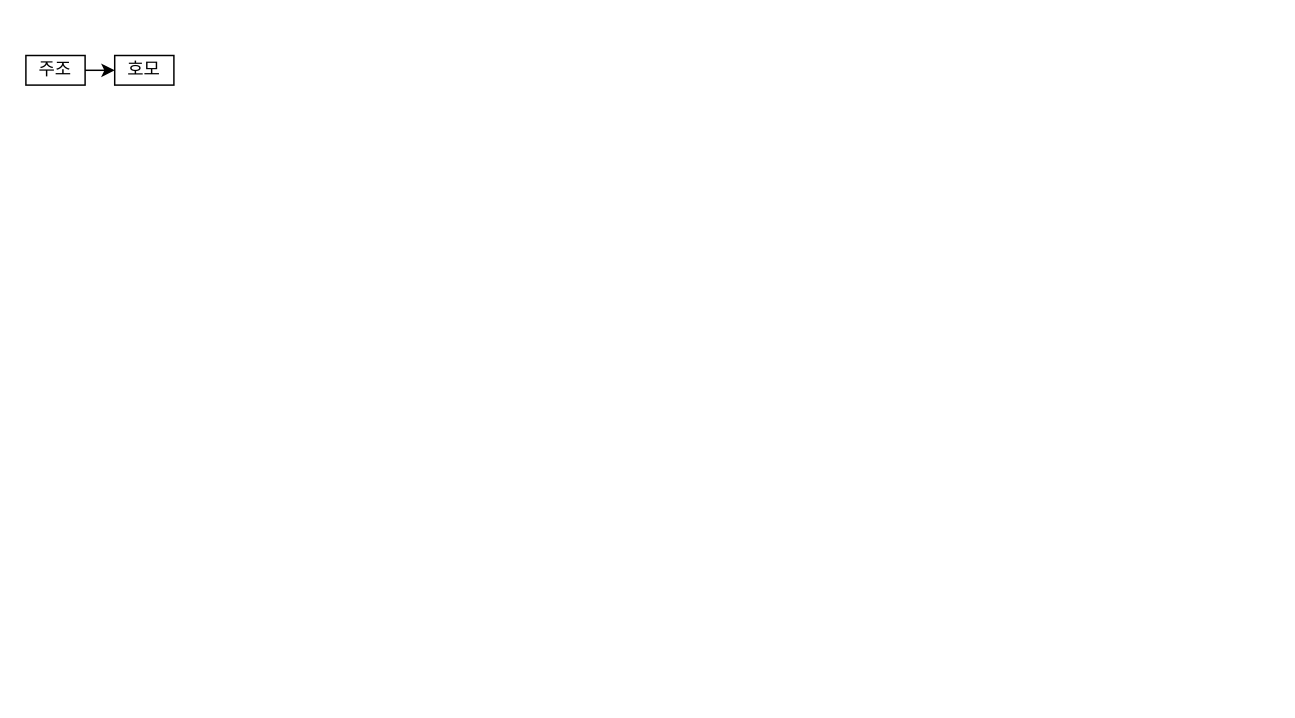
Before: 제목 없는 다이어그램.drawio in radness/soccer-info, a draw.io diagram. Source tidied: cells renumbered, new cells numbered last; positions are measured from the earlier drawing's top-left corner, leaving out a move shared by most shapes. Both pictures are drawn from the tidied source at 148%, with x=0, y=0 at pixel (25, 55).
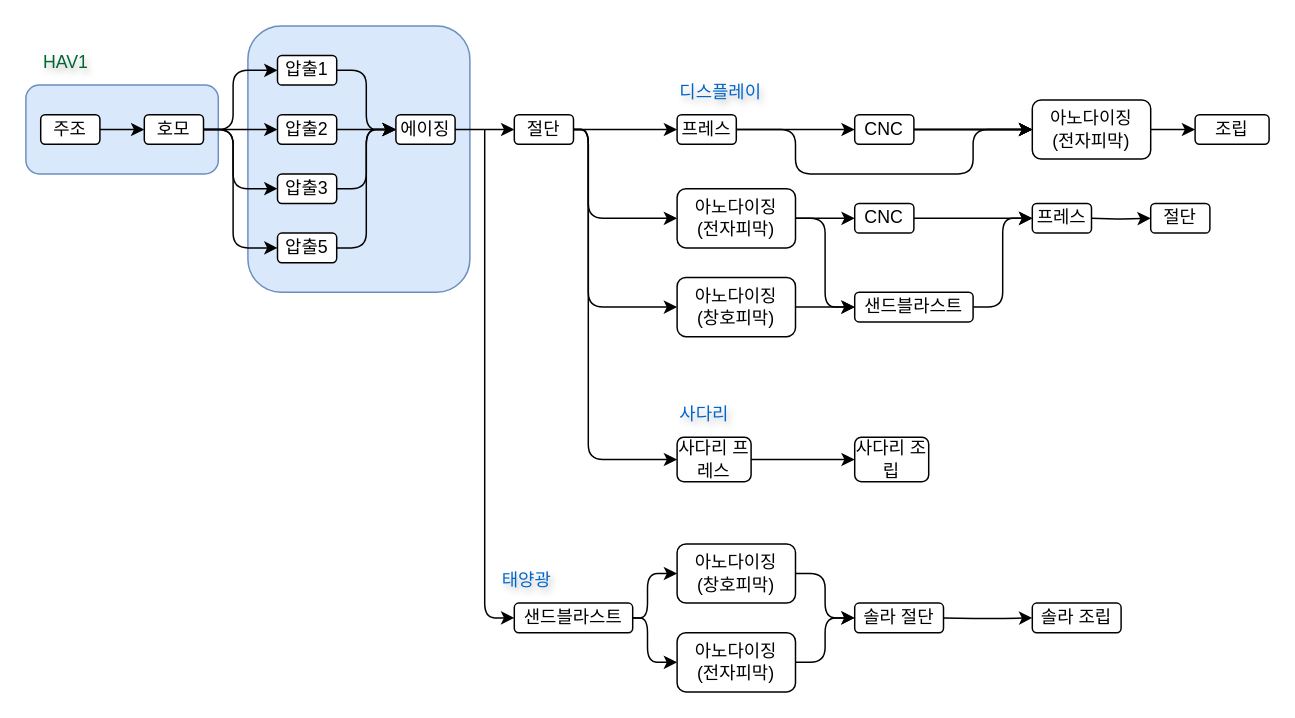
After the change.

Commit message:
제목 없는 다이어그램.drawio 업데이트

What changed in the source:
```diff
@@
+    <mxCell id="5" style="rounded=1;whiteSpace=wrap;html=1;strokeColor=#6c8ebf;fillColor=#dae8fc;textOpacity=50;labelBackgroundColor=none;glass=0;shadow=0;" parent="1" vertex="1">
+      <mxGeometry y="20" width="130" height="60" as="geometry" />
+    </mxCell>
+    <mxCell id="6" style="rounded=1;whiteSpace=wrap;html=1;strokeColor=#6c8ebf;fillColor=#dae8fc;textOpacity=50;labelBackgroundColor=none;glass=0;shadow=0;" parent="1" vertex="1">
+      <mxGeometry x="150" y="-20" width="150" height="180" as="geometry" />
+    </mxCell>
-    <mxCell id="2" value="주조" style="rounded=0;whiteSpace=wrap;html=1;" parent="1" vertex="1">
-      <mxGeometry width="40" height="20" as="geometry" />
+    <mxCell id="2" value="주조" style="rounded=1;whiteSpace=wrap;html=1;labelBackgroundColor=none;" parent="1" vertex="1">
+      <mxGeometry x="10" y="40" width="40" height="20" as="geometry" />
     </mxCell>
-    <mxCell id="3" value="호모" style="rounded=0;whiteSpace=wrap;html=1;" parent="1" vertex="1">
-      <mxGeometry x="60" width="40" height="20" as="geometry" />
+    <mxCell id="3" value="호모" style="rounded=1;whiteSpace=wrap;html=1;labelBackgroundColor=none;" parent="1" vertex="1">
+      <mxGeometry x="80" y="40" width="40" height="20" as="geometry" />
     </mxCell>
-    <mxCell id="4" style="endArrow=classic;html=1;rounded=0;exitX=1;exitY=0.5;exitDx=0;exitDy=0;entryX=0;entryY=0.5;entryDx=0;entryDy=0;" parent="1" edge="1" source="2" target="3">
+    <mxCell id="4" style="endArrow=classic;html=1;rounded=1;exitX=1;exitY=0.5;exitDx=0;exitDy=0;entryX=0;entryY=0.5;entryDx=0;entryDy=0;labelBackgroundColor=none;fontColor=default;" parent="1" edge="1" source="2" target="3">
       <mxGeometry relative="1" as="geometry" />
     </mxCell>
+    <mxCell id="7" value="압출1" style="rounded=1;whiteSpace=wrap;html=1;labelBackgroundColor=none;" parent="1" vertex="1">
+      <mxGeometry x="170" width="40" height="20" as="geometry" />
+    </mxCell>
+    <mxCell id="8" value="압출2" style="rounded=1;whiteSpace=wrap;html=1;labelBackgroundColor=none;" parent="1" vertex="1">
+      <mxGeometry x="170" y="40" width="40" height="20" as="geometry" />
+    </mxCell>
+    <mxCell id="9" value="압출3" style="rounded=1;whiteSpace=wrap;html=1;labelBackgroundColor=none;" parent="1" vertex="1">
+      <mxGeometry x="170" y="80" width="40" height="20" as="geometry" />
+    </mxCell>
+    <mxCell id="10" value="압출5" style="rounded=1;whiteSpace=wrap;html=1;labelBackgroundColor=none;" parent="1" vertex="1">
+      <mxGeometry x="170" y="120" width="40" height="20" as="geometry" />
+    </mxCell>
+    <mxCell id="11" style="endArrow=classic;html=1;rounded=1;exitX=1;exitY=0.5;exitDx=0;exitDy=0;entryX=0;entryY=0.5;entryDx=0;entryDy=0;labelBackgroundColor=none;fontColor=default;" parent="1" edge="1" source="3" target="7">
+      <mxGeometry relative="1" as="geometry">
+        <Array as="points">
+          <mxPoint x="140" y="50" />
+          <mxPoint x="140" y="10" />
+        </Array>
+      </mxGeometry>
+    </mxCell>
+    <mxCell id="12" style="endArrow=classic;html=1;rounded=1;exitX=1;exitY=0.5;exitDx=0;exitDy=0;entryX=0;entryY=0.5;entryDx=0;entryDy=0;labelBackgroundColor=none;fontColor=default;" parent="1" edge="1" source="3" target="8">
+      <mxGeometry relative="1" as="geometry" />
+    </mxCell>
+    <mxCell id="13" style="endArrow=classic;html=1;rounded=1;entryX=0;entryY=0.5;entryDx=0;entryDy=0;labelBackgroundColor=none;fontColor=default;" parent="1" edge="1" target="9">
+      <mxGeometry relative="1" as="geometry">
+        <mxPoint x="120" y="50" as="sourcePoint" />
+        <Array as="points">
+          <mxPoint x="140" y="50" />
+          <mxPoint x="140" y="90" />
+        </Array>
+      </mxGeometry>
+    </mxCell>
+    <mxCell id="14" style="endArrow=classic;html=1;rounded=1;exitX=1;exitY=0.5;exitDx=0;exitDy=0;entryX=0;entryY=0.5;entryDx=0;entryDy=0;labelBackgroundColor=none;fontColor=default;" parent="1" edge="1" source="3" target="10">
+      <mxGeometry relative="1" as="geometry">
+        <Array as="points">
+          <mxPoint x="140" y="50" />
+          <mxPoint x="140" y="130" />
+        </Array>
+      </mxGeometry>
+    </mxCell>
+    <mxCell id="15" value="에이징" style="rounded=1;whiteSpace=wrap;html=1;labelBackgroundColor=none;" parent="1" vertex="1">
+      <mxGeometry x="250" y="40" width="40" height="20" as="geometry" />
+    </mxCell>
+    <mxCell id="16" style="endArrow=classic;html=1;rounded=1;exitX=1;exitY=0.5;exitDx=0;exitDy=0;entryX=0;entryY=0.5;entryDx=0;entryDy=0;labelBackgroundColor=none;fontColor=default;" parent="1" edge="1" source="7" target="15">
+      <mxGeometry relative="1" as="geometry">
+        <Array as="points">
+          <mxPoint x="230" y="10" />
+          <mxPoint x="230" y="50" />
+        </Array>
+      </mxGeometry>
+    </mxCell>
+    <mxCell id="17" style="endArrow=classic;html=1;rounded=1;exitX=1;exitY=0.5;exitDx=0;exitDy=0;labelBackgroundColor=none;fontColor=default;" parent="1" edge="1" source="8">
+      <mxGeometry relative="1" as="geometry">
+        <mxPoint x="250" y="50" as="targetPoint" />
+      </mxGeometry>
+    </mxCell>
+    <mxCell id="18" style="endArrow=classic;html=1;rounded=1;exitX=1;exitY=0.5;exitDx=0;exitDy=0;labelBackgroundColor=none;fontColor=default;" parent="1" edge="1" source="9">
+      <mxGeometry relative="1" as="geometry">
+        <mxPoint x="250" y="50" as="targetPoint" />
+        <Array as="points">
+          <mxPoint x="230" y="90" />
+          <mxPoint x="230" y="50" />
+        </Array>
+      </mxGeometry>
+    </mxCell>
+    <mxCell id="19" style="endArrow=classic;html=1;rounded=1;exitX=1;exitY=0.5;exitDx=0;exitDy=0;labelBackgroundColor=none;fontColor=default;" parent="1" edge="1" source="10">
+      <mxGeometry relative="1" as="geometry">
+        <mxPoint x="250" y="50" as="targetPoint" />
+        <Array as="points">
+          <mxPoint x="230" y="130" />
+          <mxPoint x="230" y="50" />
+        </Array>
+      </mxGeometry>
+    </mxCell>
+    <mxCell id="20" style="edgeStyle=orthogonalEdgeStyle;rounded=1;jettySize=auto;html=1;entryX=0;entryY=0.5;entryDx=0;entryDy=0;exitX=1;exitY=0.5;exitDx=0;exitDy=0;" parent="1" edge="1" source="15" target="22">
+      <mxGeometry relative="1" as="geometry" />
+    </mxCell>
+    <mxCell id="21" style="edgeStyle=orthogonalEdgeStyle;rounded=1;jettySize=auto;html=1;entryX=0;entryY=0.5;entryDx=0;entryDy=0;" parent="1" edge="1" source="22" target="35">
+      <mxGeometry relative="1" as="geometry" />
+    </mxCell>
+    <mxCell id="22" value="절단" style="rounded=1;whiteSpace=wrap;html=1;labelBackgroundColor=none;" parent="1" vertex="1">
+      <mxGeometry x="330" y="40" width="40" height="20" as="geometry" />
+    </mxCell>
+    <mxCell id="23" style="endArrow=classic;html=1;rounded=1;labelBackgroundColor=none;fontColor=default;entryX=0;entryY=0.5;entryDx=0;entryDy=0;" parent="1" edge="1" target="24">
+      <mxGeometry relative="1" as="geometry">
+        <mxPoint x="310" y="50" as="sourcePoint" />
+        <Array as="points">
+          <mxPoint x="310" y="380" />
+        </Array>
+      </mxGeometry>
+    </mxCell>
+    <mxCell id="24" value="샌드블라스트" style="rounded=1;whiteSpace=wrap;html=1;labelBackgroundColor=none;" parent="1" vertex="1">
+      <mxGeometry x="330" y="370" width="80" height="20" as="geometry" />
+    </mxCell>
+    <mxCell id="25" value="태양광" style="text;html=1;align=left;verticalAlign=middle;whiteSpace=wrap;rounded=0;textShadow=1;fontColor=#0066CC;" parent="1" vertex="1">
+      <mxGeometry x="320" y="340" width="60" height="30" as="geometry" />
+    </mxCell>
+    <mxCell id="26" value="아노다이징&lt;div&gt;(창호피막)&lt;/div&gt;" style="rounded=1;whiteSpace=wrap;html=1;labelBackgroundColor=none;" parent="1" vertex="1">
+      <mxGeometry x="440" y="330" width="80" height="40" as="geometry" />
+    </mxCell>
+    <mxCell id="27" style="endArrow=classic;html=1;rounded=1;exitX=1;exitY=0.5;exitDx=0;exitDy=0;entryX=0;entryY=0.5;entryDx=0;entryDy=0;labelBackgroundColor=none;fontColor=default;" parent="1" edge="1" source="24" target="26">
+      <mxGeometry relative="1" as="geometry">
+        <Array as="points">
+          <mxPoint x="420" y="380" />
+          <mxPoint x="420" y="350" />
+        </Array>
+      </mxGeometry>
+    </mxCell>
+    <mxCell id="28" value="아노다이징&lt;div&gt;(전자피막)&lt;/div&gt;" style="rounded=1;whiteSpace=wrap;html=1;labelBackgroundColor=none;" parent="1" vertex="1">
+      <mxGeometry x="440" y="390" width="80" height="40" as="geometry" />
+    </mxCell>
+    <mxCell id="29" style="endArrow=classic;html=1;rounded=1;exitX=1;exitY=0.5;exitDx=0;exitDy=0;entryX=0;entryY=0.5;entryDx=0;entryDy=0;labelBackgroundColor=none;fontColor=default;" parent="1" edge="1" source="24" target="28">
+      <mxGeometry relative="1" as="geometry">
+        <Array as="points">
+          <mxPoint x="420" y="380" />
+          <mxPoint x="420" y="410" />
+        </Array>
+      </mxGeometry>
+    </mxCell>
+    <mxCell id="30" value="솔라 절단" style="rounded=1;whiteSpace=wrap;html=1;labelBackgroundColor=none;" parent="1" vertex="1">
+      <mxGeometry x="560" y="370" width="60" height="20" as="geometry" />
+    </mxCell>
+    <mxCell id="31" value="솔라 조립" style="rounded=1;whiteSpace=wrap;html=1;labelBackgroundColor=none;" parent="1" vertex="1">
+      <mxGeometry x="680" y="370" width="60" height="20" as="geometry" />
+    </mxCell>
+    <mxCell id="32" style="edgeStyle=orthogonalEdgeStyle;rounded=1;jettySize=auto;html=1;entryX=0;entryY=0.5;entryDx=0;entryDy=0;exitX=1;exitY=0.5;exitDx=0;exitDy=0;" parent="1" edge="1" source="26" target="30">
+      <mxGeometry relative="1" as="geometry" />
+    </mxCell>
+    <mxCell id="33" style="edgeStyle=orthogonalEdgeStyle;rounded=1;jettySize=auto;html=1;entryX=0;entryY=0.5;entryDx=0;entryDy=0;exitX=1;exitY=0.5;exitDx=0;exitDy=0;" parent="1" edge="1" source="28" target="30">
+      <mxGeometry relative="1" as="geometry" />
+    </mxCell>
+    <mxCell id="34" style="edgeStyle=orthogonalEdgeStyle;rounded=1;jettySize=auto;html=1;entryX=0;entryY=0.5;entryDx=0;entryDy=0;" parent="1" edge="1" target="31">
+      <mxGeometry relative="1" as="geometry">
+        <mxPoint x="620" y="380" as="sourcePoint" />
+      </mxGeometry>
+    </mxCell>
+    <mxCell id="35" value="프레스" style="rounded=1;whiteSpace=wrap;html=1;labelBackgroundColor=none;" parent="1" vertex="1">
+      <mxGeometry x="440" y="40" width="40" height="20" as="geometry" />
+    </mxCell>
+    <mxCell id="36" value="디스플레이" style="text;html=1;align=left;verticalAlign=middle;whiteSpace=wrap;rounded=0;textShadow=1;fontColor=#0066CC;" parent="1" vertex="1">
+      <mxGeometry x="440" y="10" width="70" height="30" as="geometry" />
+    </mxCell>
+    <mxCell id="37" style="edgeStyle=orthogonalEdgeStyle;rounded=1;jettySize=auto;html=1;entryX=0;entryY=0.5;entryDx=0;entryDy=0;exitX=1;exitY=0.5;exitDx=0;exitDy=0;" parent="1" edge="1" source="35" target="41">
+      <mxGeometry relative="1" as="geometry" />
+    </mxCell>
+    <mxCell id="38" style="edgeStyle=orthogonalEdgeStyle;rounded=1;jettySize=auto;html=1;" parent="1" edge="1" source="41" target="43">
+      <mxGeometry relative="1" as="geometry" />
+    </mxCell>
+    <mxCell id="39" style="edgeStyle=orthogonalEdgeStyle;rounded=1;jettySize=auto;html=1;" parent="1" edge="1" source="41" target="43">
+      <mxGeometry relative="1" as="geometry" />
+    </mxCell>
+    <mxCell id="40" style="edgeStyle=orthogonalEdgeStyle;rounded=1;jettySize=auto;html=1;" parent="1" edge="1" source="41" target="43">
+      <mxGeometry relative="1" as="geometry" />
+    </mxCell>
+    <mxCell id="41" value="CNC" style="rounded=1;whiteSpace=wrap;html=1;labelBackgroundColor=none;" parent="1" vertex="1">
+      <mxGeometry x="560" y="40" width="40" height="20" as="geometry" />
+    </mxCell>
+    <mxCell id="42" style="edgeStyle=orthogonalEdgeStyle;rounded=1;jettySize=auto;html=1;" parent="1" edge="1" source="43" target="44">
+      <mxGeometry relative="1" as="geometry" />
+    </mxCell>
+    <mxCell id="43" value="아노다이징&lt;div&gt;(전자피막)&lt;/div&gt;" style="rounded=1;whiteSpace=wrap;html=1;labelBackgroundColor=none;" parent="1" vertex="1">
+      <mxGeometry x="680" y="30" width="80" height="40" as="geometry" />
+    </mxCell>
+    <mxCell id="44" value="조립" style="rounded=1;whiteSpace=wrap;html=1;labelBackgroundColor=none;" parent="1" vertex="1">
+      <mxGeometry x="790" y="40" width="50" height="20" as="geometry" />
+    </mxCell>
+    <mxCell id="45" style="edgeStyle=orthogonalEdgeStyle;rounded=1;jettySize=auto;html=1;entryX=0;entryY=0.5;entryDx=0;entryDy=0;exitX=1;exitY=0.5;exitDx=0;exitDy=0;" parent="1" edge="1" source="35" target="43">
+      <mxGeometry relative="1" as="geometry">
+        <Array as="points">
+          <mxPoint x="520" y="50" />
+          <mxPoint x="520" y="80" />
+          <mxPoint x="640" y="80" />
+          <mxPoint x="640" y="50" />
+        </Array>
+      </mxGeometry>
+    </mxCell>
+    <mxCell id="46" value="사다리 프레스" style="rounded=1;whiteSpace=wrap;html=1;labelBackgroundColor=none;" parent="1" vertex="1">
+      <mxGeometry x="440" y="258" width="50" height="30" as="geometry" />
+    </mxCell>
+    <mxCell id="47" value="사다리" style="text;html=1;align=left;verticalAlign=middle;whiteSpace=wrap;rounded=0;textShadow=1;fontColor=#0066CC;" parent="1" vertex="1">
+      <mxGeometry x="440" y="228" width="70" height="30" as="geometry" />
+    </mxCell>
+    <mxCell id="48" value="사다리 조립" style="rounded=1;whiteSpace=wrap;html=1;labelBackgroundColor=none;" parent="1" vertex="1">
+      <mxGeometry x="560" y="258" width="50" height="30" as="geometry" />
+    </mxCell>
+    <mxCell id="49" style="edgeStyle=orthogonalEdgeStyle;rounded=1;jettySize=auto;html=1;entryX=0;entryY=0.5;entryDx=0;entryDy=0;exitX=1;exitY=0.5;exitDx=0;exitDy=0;" parent="1" edge="1" source="46" target="48">
+      <mxGeometry relative="1" as="geometry" />
+    </mxCell>
+    <mxCell id="50" value="아노다이징&lt;div&gt;(전자피막)&lt;/div&gt;" style="rounded=1;whiteSpace=wrap;html=1;labelBackgroundColor=none;" parent="1" vertex="1">
+      <mxGeometry x="440" y="90" width="80" height="40" as="geometry" />
+    </mxCell>
+    <mxCell id="51" value="아노다이징&lt;div&gt;(창호피막)&lt;/div&gt;" style="rounded=1;whiteSpace=wrap;html=1;labelBackgroundColor=none;" parent="1" vertex="1">
+      <mxGeometry x="440" y="150" width="80" height="40" as="geometry" />
+    </mxCell>
+    <mxCell id="52" style="edgeStyle=orthogonalEdgeStyle;rounded=1;jettySize=auto;html=1;entryX=0;entryY=0.5;entryDx=0;entryDy=0;exitX=1;exitY=0.5;exitDx=0;exitDy=0;" parent="1" edge="1" source="22" target="46">
+      <mxGeometry relative="1" as="geometry">
+        <Array as="points">
+          <mxPoint x="380" y="50" />
+          <mxPoint x="380" y="273" />
+        </Array>
+      </mxGeometry>
+    </mxCell>
+    <mxCell id="53" value="CNC" style="rounded=1;whiteSpace=wrap;html=1;labelBackgroundColor=none;" parent="1" vertex="1">
+      <mxGeometry x="560" y="100" width="40" height="20" as="geometry" />
+    </mxCell>
+    <mxCell id="54" value="프레스" style="rounded=1;whiteSpace=wrap;html=1;labelBackgroundColor=none;" parent="1" vertex="1">
+      <mxGeometry x="680" y="100" width="40" height="20" as="geometry" />
+    </mxCell>
+    <mxCell id="55" value="절단" style="rounded=1;whiteSpace=wrap;html=1;labelBackgroundColor=none;" parent="1" vertex="1">
+      <mxGeometry x="760" y="100" width="40" height="20" as="geometry" />
+    </mxCell>
+    <mxCell id="56" value="샌드블라스트" style="rounded=1;whiteSpace=wrap;html=1;labelBackgroundColor=none;" parent="1" vertex="1">
+      <mxGeometry x="560" y="160" width="80" height="20" as="geometry" />
+    </mxCell>
+    <mxCell id="57" style="edgeStyle=orthogonalEdgeStyle;rounded=1;jettySize=auto;html=1;entryX=0;entryY=0.5;entryDx=0;entryDy=0;exitX=1;exitY=0.5;exitDx=0;exitDy=0;" parent="1" edge="1" source="50" target="53">
+      <mxGeometry relative="1" as="geometry" />
+    </mxCell>
+    <mxCell id="58" style="edgeStyle=orthogonalEdgeStyle;rounded=1;jettySize=auto;html=1;entryX=0;entryY=0.5;entryDx=0;entryDy=0;exitX=1;exitY=0.5;exitDx=0;exitDy=0;" parent="1" edge="1" source="51" target="56">
+      <mxGeometry relative="1" as="geometry" />
+    </mxCell>
+    <mxCell id="59" style="edgeStyle=orthogonalEdgeStyle;rounded=1;jettySize=auto;html=1;entryX=0;entryY=0.5;entryDx=0;entryDy=0;exitX=1;exitY=0.5;exitDx=0;exitDy=0;" parent="1" edge="1" source="53" target="54">
+      <mxGeometry relative="1" as="geometry" />
+    </mxCell>
+    <mxCell id="60" style="edgeStyle=orthogonalEdgeStyle;rounded=1;jettySize=auto;html=1;entryX=0;entryY=0.5;entryDx=0;entryDy=0;" parent="1" edge="1" target="55">
+      <mxGeometry relative="1" as="geometry">
+        <mxPoint x="720" y="110" as="sourcePoint" />
+      </mxGeometry>
+    </mxCell>
+    <mxCell id="61" style="edgeStyle=orthogonalEdgeStyle;rounded=1;jettySize=auto;html=1;entryX=0;entryY=0.5;entryDx=0;entryDy=0;exitX=1;exitY=0.5;exitDx=0;exitDy=0;" parent="1" edge="1" source="56" target="54">
+      <mxGeometry relative="1" as="geometry" />
+    </mxCell>
+    <mxCell id="62" style="edgeStyle=orthogonalEdgeStyle;rounded=1;jettySize=auto;html=1;entryX=0;entryY=0.5;entryDx=0;entryDy=0;exitX=1;exitY=0.5;exitDx=0;exitDy=0;" parent="1" edge="1" source="22" target="50">
+      <mxGeometry relative="1" as="geometry">
+        <Array as="points">
+          <mxPoint x="380" y="50" />
+          <mxPoint x="380" y="110" />
+        </Array>
+      </mxGeometry>
+    </mxCell>
+    <mxCell id="63" style="edgeStyle=orthogonalEdgeStyle;rounded=1;jettySize=auto;html=1;entryX=0;entryY=0.5;entryDx=0;entryDy=0;exitX=1;exitY=0.5;exitDx=0;exitDy=0;" parent="1" edge="1" source="22" target="51">
+      <mxGeometry relative="1" as="geometry">
+        <Array as="points">
+          <mxPoint x="380" y="50" />
+          <mxPoint x="380" y="170" />
+        </Array>
+      </mxGeometry>
+    </mxCell>
+    <mxCell id="64" style="edgeStyle=orthogonalEdgeStyle;rounded=1;jettySize=auto;html=1;exitX=1;exitY=0.5;exitDx=0;exitDy=0;" parent="1" edge="1" source="50">
+      <mxGeometry relative="1" as="geometry">
+        <mxPoint x="560" y="170" as="targetPoint" />
+        <Array as="points">
+          <mxPoint x="540" y="110" />
+          <mxPoint x="540" y="170" />
+        </Array>
+      </mxGeometry>
+    </mxCell>
+    <mxCell id="65" value="HAV1" style="text;html=1;align=left;verticalAlign=middle;whiteSpace=wrap;rounded=0;textShadow=1;fontColor=light-dark(#006633,#56AEFF);" parent="1" vertex="1">
+      <mxGeometry x="10" y="-10" width="70" height="30" as="geometry" />
+    </mxCell>
```
